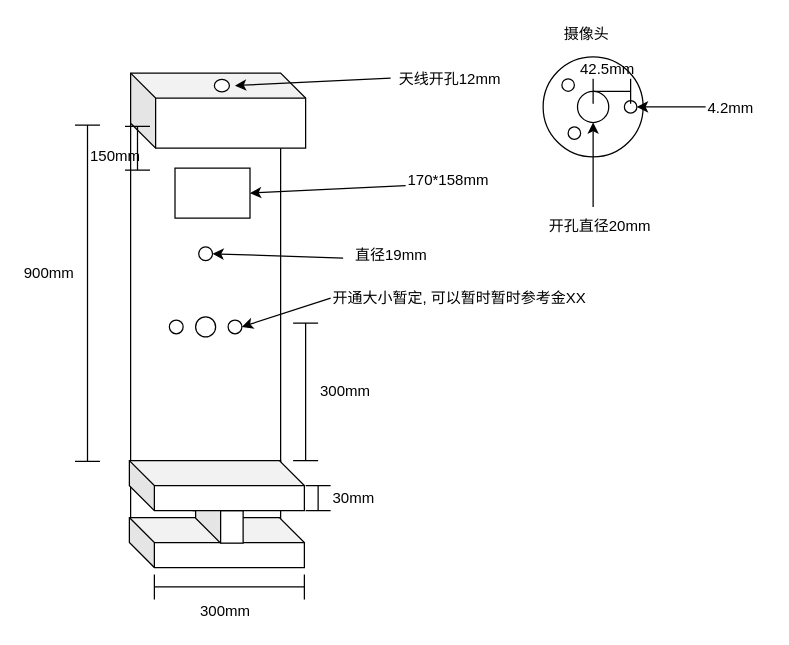
Earlier version of the draw.io diagram page "尺寸" (2 of 2) of Untitled Diagram.drawio (zhiweiyouwo/hello-world). Source tidied: cells renumbered, new cells numbered last; positions are measured from the earlier drawing's top-left corner, leaving out a move shared by most shapes. Both pictures are drawn from the tidied source at 125%, with x=0, y=0 at pixel (-81, 21).
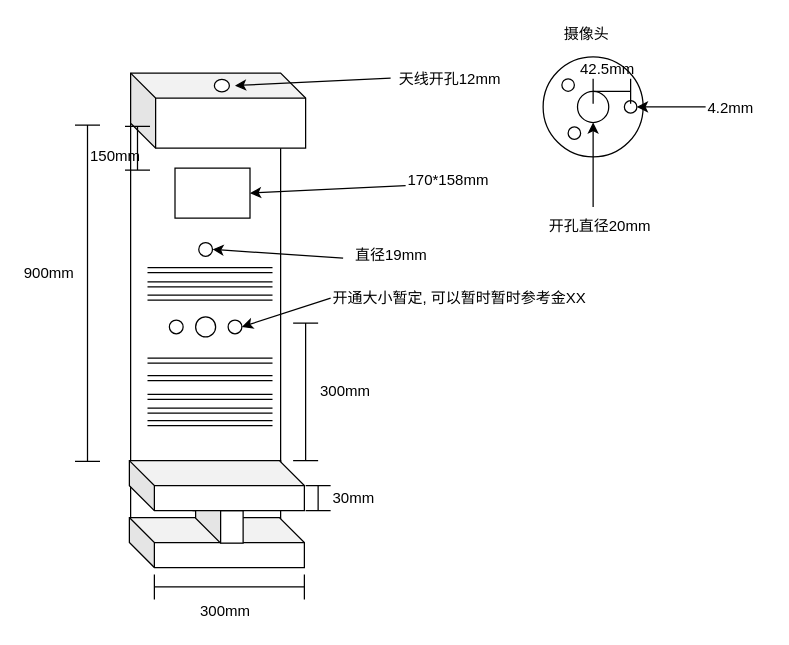
The same diagram, later.

Diff of the diagram source:
```diff
@@
     <mxCell id="25" style="ellipse;whiteSpace=wrap;html=1;" parent="1" vertex="1">
-      <mxGeometry x="223.5" y="180" width="11" height="11" as="geometry" />
+      <mxGeometry x="223.5" y="176.5" width="11" height="11" as="geometry" />
     </mxCell>
@@
+    <mxCell id="45" style="shape=link;html=1;" parent="1" edge="1">
+      <mxGeometry relative="1" as="geometry">
+        <mxPoint x="182.5" y="271" as="sourcePoint" />
+        <mxPoint x="282.5" y="271" as="targetPoint" />
+      </mxGeometry>
+    </mxCell>
+    <mxCell id="46" style="shape=link;html=1;" parent="1" edge="1">
+      <mxGeometry relative="1" as="geometry">
+        <mxPoint x="182.5" y="285" as="sourcePoint" />
+        <mxPoint x="282.5" y="285" as="targetPoint" />
+      </mxGeometry>
+    </mxCell>
+    <mxCell id="47" style="shape=link;html=1;" parent="1" edge="1">
+      <mxGeometry relative="1" as="geometry">
+        <mxPoint x="182.5" y="300" as="sourcePoint" />
+        <mxPoint x="282.5" y="300" as="targetPoint" />
+      </mxGeometry>
+    </mxCell>
+    <mxCell id="48" style="shape=link;html=1;" parent="1" edge="1">
+      <mxGeometry relative="1" as="geometry">
+        <mxPoint x="182.5" y="321" as="sourcePoint" />
+        <mxPoint x="282.5" y="321" as="targetPoint" />
+      </mxGeometry>
+    </mxCell>
+    <mxCell id="49" style="shape=link;html=1;" parent="1" edge="1">
+      <mxGeometry relative="1" as="geometry">
+        <mxPoint x="182.5" y="220.5" as="sourcePoint" />
+        <mxPoint x="282.5" y="220.5" as="targetPoint" />
+      </mxGeometry>
+    </mxCell>
+    <mxCell id="50" style="shape=link;html=1;" parent="1" edge="1">
+      <mxGeometry relative="1" as="geometry">
+        <mxPoint x="182.5" y="210" as="sourcePoint" />
+        <mxPoint x="282.5" y="210" as="targetPoint" />
+      </mxGeometry>
+    </mxCell>
+    <mxCell id="51" style="shape=link;html=1;" parent="1" edge="1">
+      <mxGeometry relative="1" as="geometry">
+        <mxPoint x="182.5" y="198.5" as="sourcePoint" />
+        <mxPoint x="282.5" y="198.5" as="targetPoint" />
+      </mxGeometry>
+    </mxCell>
+    <mxCell id="52" style="shape=link;html=1;" parent="1" edge="1">
+      <mxGeometry relative="1" as="geometry">
+        <mxPoint x="182.5" y="311" as="sourcePoint" />
+        <mxPoint x="282.5" y="311" as="targetPoint" />
+      </mxGeometry>
+    </mxCell>
```
